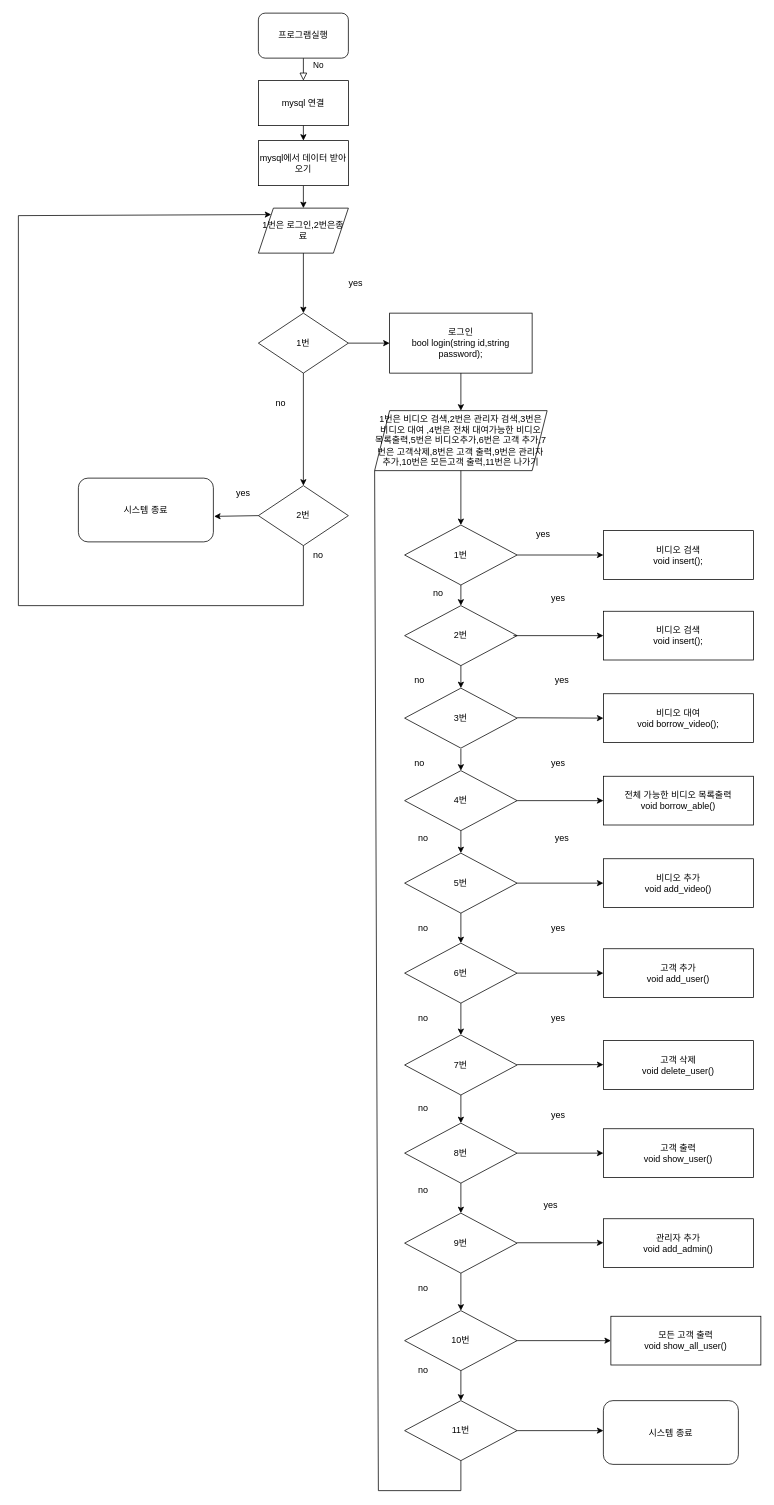
Earlier version of the draw.io diagram 제목 없는 다이어그램.drawio (creepereye/Git-Tutorial). Source tidied: cells renumbered, new cells numbered last; positions are measured from the earlier drawing's top-left corner, leaving out a move shared by most shapes. Both pictures are drawn from the tidied source at 75%, with x=0, y=0 at pixel (18, 13).
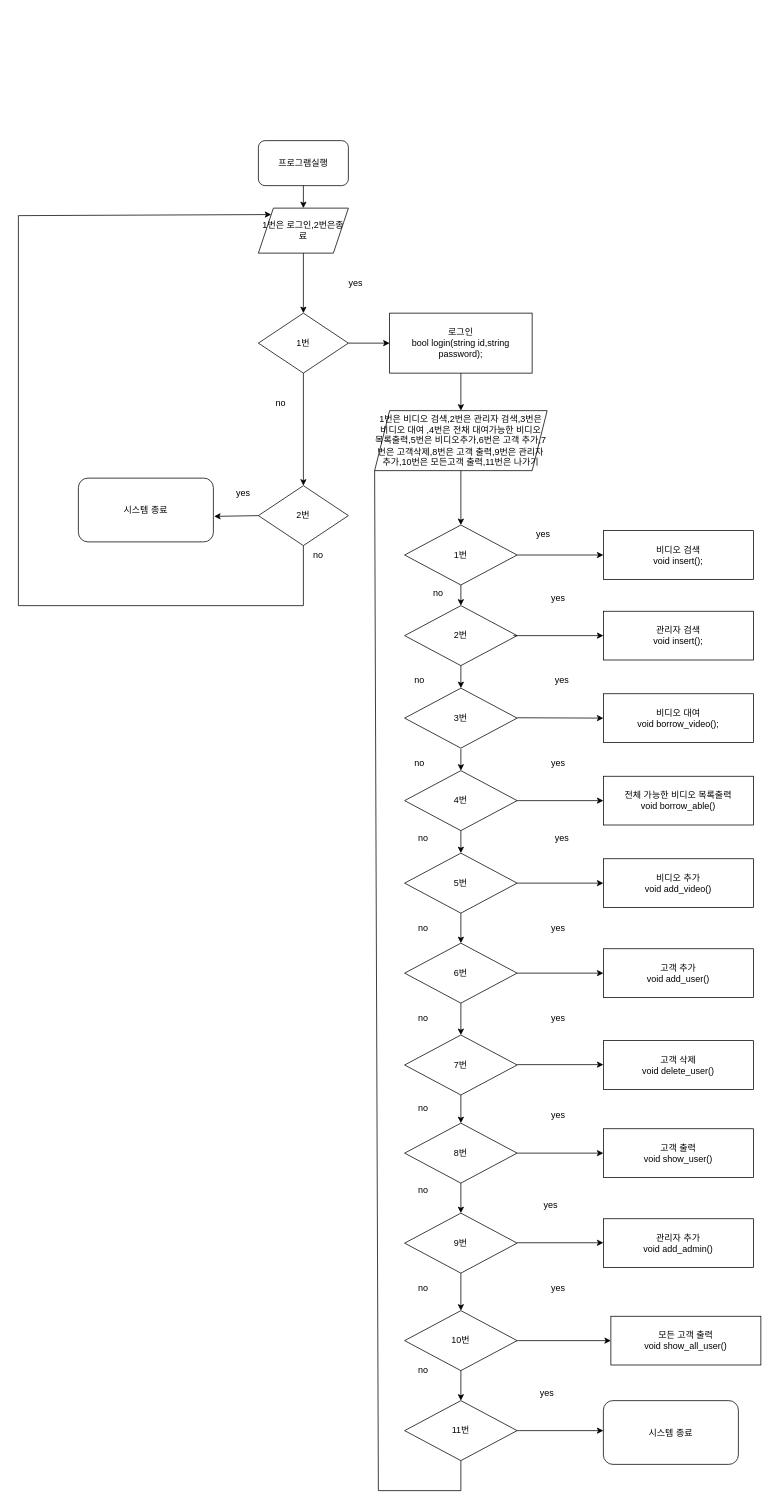
After the change.

Commit message:
제목 없는 다이어그램.drawio 업데이트

Diff of the diagram source:
```diff
@@
-    <mxCell id="2" value="No" style="rounded=0;html=1;jettySize=auto;orthogonalLoop=1;fontSize=11;endArrow=block;endFill=0;endSize=8;strokeWidth=1;shadow=0;labelBackgroundColor=none;edgeStyle=orthogonalEdgeStyle;" parent="1" edge="1">
-      <mxGeometry x="0.33" y="20" relative="1" as="geometry">
-        <mxPoint x="380" y="30" as="sourcePoint" />
-        <mxPoint x="380" y="90" as="targetPoint" />
-        <Array as="points">
-          <mxPoint x="380" y="50" />
-          <mxPoint x="380" y="50" />
-        </Array>
-      </mxGeometry>
-    </mxCell>
     <mxCell id="3" value="프로그램실행" style="rounded=1;whiteSpace=wrap;html=1;" parent="1" vertex="1">
-      <mxGeometry x="320" width="120" height="60" as="geometry" />
+      <mxGeometry x="320" y="170" width="120" height="60" as="geometry" />
     </mxCell>
-    <mxCell id="4" value="&lt;span&gt;mysql 연결&lt;/span&gt;" style="rounded=0;whiteSpace=wrap;html=1;" parent="1" vertex="1">
-      <mxGeometry x="320" y="90" width="120" height="60" as="geometry" />
-    </mxCell>
@@
-    <mxCell id="26" style="endArrow=classic;html=1;exitX=0.5;exitY=1;exitDx=0;exitDy=0;" parent="1" edge="1" source="4">
-      <mxGeometry relative="1" as="geometry">
-        <mxPoint x="380" y="170" as="targetPoint" />
-      </mxGeometry>
-    </mxCell>
-    <mxCell id="27" value="mysql에서 데이터 받아오기" style="rounded=0;whiteSpace=wrap;html=1;" parent="1" vertex="1">
-      <mxGeometry x="320" y="170" width="120" height="60" as="geometry" />
-    </mxCell>
@@
-    <mxCell id="30" value="비디오 검색&lt;br&gt;void insert();" style="rounded=0;whiteSpace=wrap;html=1;" parent="1" vertex="1">
+    <mxCell id="30" value="관리자 검색&lt;br&gt;void insert();" style="rounded=0;whiteSpace=wrap;html=1;" parent="1" vertex="1">
       <mxGeometry x="780" y="797.5" width="200" height="65" as="geometry" />
     </mxCell>
@@
+    <mxCell id="93" value="yes" style="text;html=1;strokeColor=none;fillColor=none;align=center;verticalAlign=middle;whiteSpace=wrap;rounded=0;" parent="1" vertex="1">
+      <mxGeometry x="700" y="1690" width="40" height="20" as="geometry" />
+    </mxCell>
+    <mxCell id="94" value="yes" style="text;html=1;strokeColor=none;fillColor=none;align=center;verticalAlign=middle;whiteSpace=wrap;rounded=0;" parent="1" vertex="1">
+      <mxGeometry x="685" y="1830" width="40" height="20" as="geometry" />
+    </mxCell>
```
